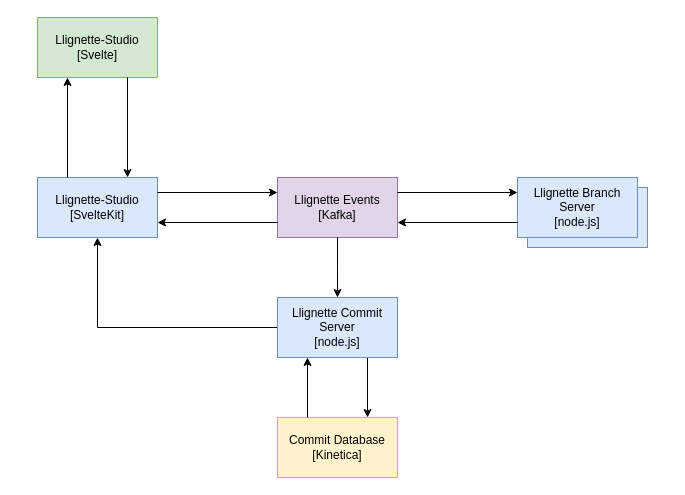
Earlier version of the draw.io diagram page "Architecture" (8 of 9) of doc/lligne-ast.drawio (martin-nordberg/llignette). Source tidied: cells renumbered, new cells numbered last; positions are measured from the earlier drawing's top-left corner, leaving out a move shared by most shapes. Both pictures are drawn from the tidied source at 100%, with x=0, y=0 at pixel (37, 17).
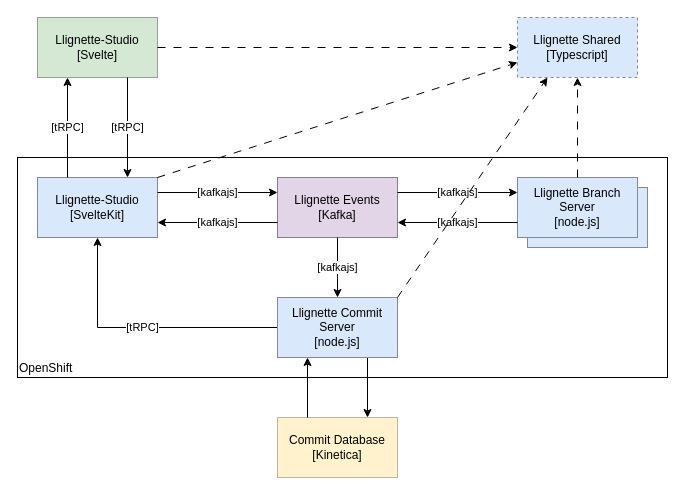
The same diagram, later.

The change refers to these unchanged cells:
```xml
<mxCell id="3" value="Llignette-Studio&lt;div&gt;[Svelte]&lt;/div&gt;" style="rounded=0;whiteSpace=wrap;html=1;fillColor=#d5e8d4;strokeColor=#82b366;" parent="1" vertex="1">
  <mxGeometry width="120" height="60" as="geometry" />
</mxCell>
<mxCell id="4" value="Llignette-Studio&lt;div&gt;[SvelteKit]&lt;/div&gt;" style="rounded=0;whiteSpace=wrap;html=1;fillColor=#dae8fc;strokeColor=#6c8ebf;" parent="1" vertex="1">
  <mxGeometry y="160" width="120" height="60" as="geometry" />
</mxCell>
<mxCell id="5" value="&lt;div&gt;Llignette Events&lt;/div&gt;[Kafka]" style="rounded=0;whiteSpace=wrap;html=1;fillColor=#e1d5e7;strokeColor=#9673a6;" parent="1" vertex="1">
  <mxGeometry x="240" y="160" width="120" height="60" as="geometry" />
</mxCell>
<mxCell id="12" value="Llignette Branch Server&lt;div&gt;[node.js]&lt;/div&gt;" style="rounded=0;whiteSpace=wrap;html=1;fillColor=#dae8fc;strokeColor=#6c8ebf;" parent="1" vertex="1">
  <mxGeometry x="480" y="160" width="120" height="60" as="geometry" />
</mxCell>
<mxCell id="18" value="Llignette Commit Server&lt;div&gt;[node.js]&lt;/div&gt;" style="rounded=0;whiteSpace=wrap;html=1;fillColor=#dae8fc;strokeColor=#6c8ebf;" parent="1" vertex="1">
  <mxGeometry x="240" y="280" width="120" height="60" as="geometry" />
</mxCell>
```

Change to the diagram source:
```diff
@@
+    <mxCell id="19" value="OpenShift" style="rounded=0;whiteSpace=wrap;html=1;align=left;verticalAlign=bottom;" parent="1" vertex="1">
+      <mxGeometry x="-20" y="140" width="650" height="220" as="geometry" />
+    </mxCell>
@@
-    <mxCell id="6" style="endArrow=classic;html=1;rounded=0;exitX=1;exitY=0.25;exitDx=0;exitDy=0;entryX=0;entryY=0.25;entryDx=0;entryDy=0;" parent="1" edge="1" source="4" target="5">
+    <mxCell id="6" value="[kafkajs]" style="endArrow=classic;html=1;rounded=0;exitX=1;exitY=0.25;exitDx=0;exitDy=0;entryX=0;entryY=0.25;entryDx=0;entryDy=0;" parent="1" edge="1" source="4" target="5">
       <mxGeometry relative="1" as="geometry" />
     </mxCell>
-    <mxCell id="7" style="endArrow=classic;html=1;rounded=0;exitX=0;exitY=0.75;exitDx=0;exitDy=0;entryX=1;entryY=0.75;entryDx=0;entryDy=0;" parent="1" edge="1" source="5" target="4">
+    <mxCell id="7" value="[kafkajs]" style="endArrow=classic;html=1;rounded=0;exitX=0;exitY=0.75;exitDx=0;exitDy=0;entryX=1;entryY=0.75;entryDx=0;entryDy=0;" parent="1" edge="1" source="5" target="4">
       <mxGeometry relative="1" as="geometry" />
     </mxCell>
@@
-    <mxCell id="10" style="endArrow=classic;html=1;rounded=0;exitX=0.25;exitY=0;exitDx=0;exitDy=0;entryX=0.25;entryY=1;entryDx=0;entryDy=0;" parent="1" edge="1" source="4" target="3">
-      <mxGeometry relative="1" as="geometry" />
+    <mxCell id="10" value="[tRPC]" style="endArrow=classic;html=1;rounded=0;exitX=0.25;exitY=0;exitDx=0;exitDy=0;entryX=0.25;entryY=1;entryDx=0;entryDy=0;" parent="1" edge="1" source="4" target="3">
+      <mxGeometry relative="1" as="geometry">
+        <Array as="points">
+          <mxPoint x="30" y="110" />
+        </Array>
+      </mxGeometry>
     </mxCell>
-    <mxCell id="11" style="endArrow=classic;html=1;rounded=0;exitX=0.75;exitY=1;exitDx=0;exitDy=0;entryX=0.75;entryY=0;entryDx=0;entryDy=0;" parent="1" edge="1" source="3" target="4">
+    <mxCell id="11" value="[t&lt;span style=&quot;background-color: light-dark(#ffffff, var(--ge-dark-color, #121212)); color: light-dark(rgb(0, 0, 0), rgb(255, 255, 255));&quot;&gt;RPC]&lt;/span&gt;" style="endArrow=classic;html=1;rounded=0;exitX=0.75;exitY=1;exitDx=0;exitDy=0;entryX=0.75;entryY=0;entryDx=0;entryDy=0;" parent="1" edge="1" source="3" target="4">
       <mxGeometry relative="1" as="geometry" />
     </mxCell>
@@
-    <mxCell id="13" style="endArrow=classic;html=1;rounded=0;exitX=1;exitY=0.25;exitDx=0;exitDy=0;entryX=0;entryY=0.25;entryDx=0;entryDy=0;" parent="1" edge="1" source="5" target="12">
+    <mxCell id="13" value="[kafkajs]" style="endArrow=classic;html=1;rounded=0;exitX=1;exitY=0.25;exitDx=0;exitDy=0;entryX=0;entryY=0.25;entryDx=0;entryDy=0;" parent="1" edge="1" source="5" target="12">
       <mxGeometry relative="1" as="geometry" />
     </mxCell>
-    <mxCell id="14" style="endArrow=classic;html=1;rounded=0;exitX=0.5;exitY=1;exitDx=0;exitDy=0;entryX=0.5;entryY=0;entryDx=0;entryDy=0;" parent="1" edge="1" source="5">
+    <mxCell id="14" value="[kafkajs]" style="endArrow=classic;html=1;rounded=0;exitX=0.5;exitY=1;exitDx=0;exitDy=0;entryX=0.5;entryY=0;entryDx=0;entryDy=0;" parent="1" edge="1" source="5">
       <mxGeometry relative="1" as="geometry">
         <mxPoint x="300" y="280" as="targetPoint" />
         <Array as="points">
           <mxPoint x="300" y="250" />
         </Array>
       </mxGeometry>
     </mxCell>
-    <mxCell id="15" style="endArrow=classic;html=1;rounded=0;exitX=0;exitY=0.75;exitDx=0;exitDy=0;entryX=1;entryY=0.75;entryDx=0;entryDy=0;" parent="1" edge="1" source="12" target="5">
+    <mxCell id="15" value="[kafkajs]" style="endArrow=classic;html=1;rounded=0;exitX=0;exitY=0.75;exitDx=0;exitDy=0;entryX=1;entryY=0.75;entryDx=0;entryDy=0;" parent="1" edge="1" source="12" target="5">
       <mxGeometry relative="1" as="geometry" />
     </mxCell>
@@
-    <mxCell id="17" style="edgeStyle=orthogonalEdgeStyle;rounded=0;jettySize=auto;html=1;entryX=0.5;entryY=1;entryDx=0;entryDy=0;exitX=0;exitY=0.5;exitDx=0;exitDy=0;" parent="1" edge="1" source="18" target="4">
+    <mxCell id="17" value="[tRPC]" style="edgeStyle=orthogonalEdgeStyle;rounded=0;jettySize=auto;html=1;entryX=0.5;entryY=1;entryDx=0;entryDy=0;exitX=0;exitY=0.5;exitDx=0;exitDy=0;" parent="1" edge="1" source="18" target="4">
       <mxGeometry relative="1" as="geometry" />
     </mxCell>
@@
+    <mxCell id="20" value="Llignette Shared&lt;div&gt;[Typescript]&lt;/div&gt;" style="rounded=0;whiteSpace=wrap;html=1;fillColor=#dae8fc;strokeColor=#6c8ebf;dashed=1;" parent="1" vertex="1">
+      <mxGeometry x="480" width="120" height="60" as="geometry" />
+    </mxCell>
+    <mxCell id="21" style="endArrow=classic;html=1;rounded=0;dashed=1;dashPattern=8 8;exitX=0.5;exitY=0;exitDx=0;exitDy=0;entryX=0.5;entryY=1;entryDx=0;entryDy=0;" parent="1" edge="1" source="12" target="20">
+      <mxGeometry relative="1" as="geometry" />
+    </mxCell>
+    <mxCell id="22" style="endArrow=classic;html=1;rounded=0;dashed=1;dashPattern=8 8;exitX=1;exitY=0;exitDx=0;exitDy=0;entryX=0.25;entryY=1;entryDx=0;entryDy=0;" parent="1" edge="1" source="18" target="20">
+      <mxGeometry relative="1" as="geometry" />
+    </mxCell>
+    <mxCell id="23" style="endArrow=classic;html=1;rounded=0;dashed=1;dashPattern=8 8;exitX=1;exitY=0.5;exitDx=0;exitDy=0;entryX=0;entryY=0.5;entryDx=0;entryDy=0;" parent="1" edge="1" source="3" target="20">
+      <mxGeometry relative="1" as="geometry" />
+    </mxCell>
+    <mxCell id="24" style="endArrow=classic;html=1;rounded=0;dashed=1;dashPattern=8 8;exitX=1;exitY=0;exitDx=0;exitDy=0;entryX=0;entryY=0.75;entryDx=0;entryDy=0;" parent="1" edge="1" source="4" target="20">
+      <mxGeometry relative="1" as="geometry" />
+    </mxCell>
```
